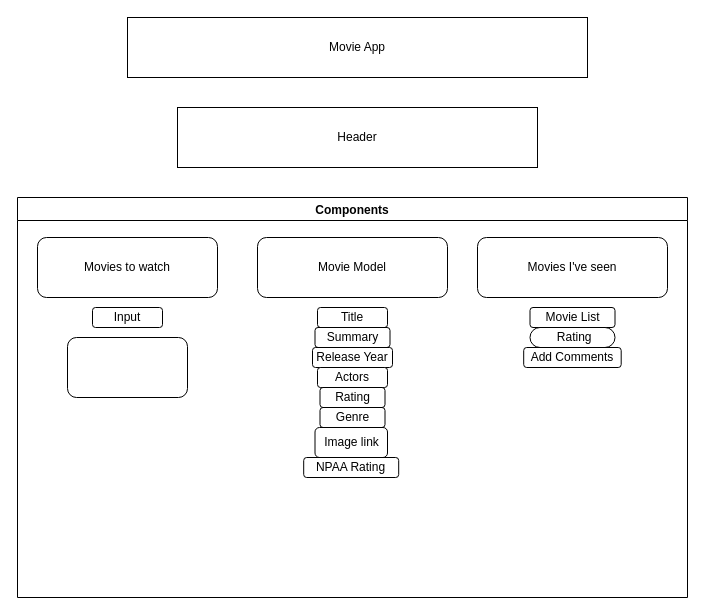
Earlier version of the draw.io diagram Folder/Untitled Diagram.drawio (robertlongmendez/MovieAppDiagram). Source tidied: cells renumbered, new cells numbered last; positions are measured from the earlier drawing's top-left corner, leaving out a move shared by most shapes. Both pictures are drawn from the tidied source at 100%, with x=0, y=0 at pixel (17, 17).
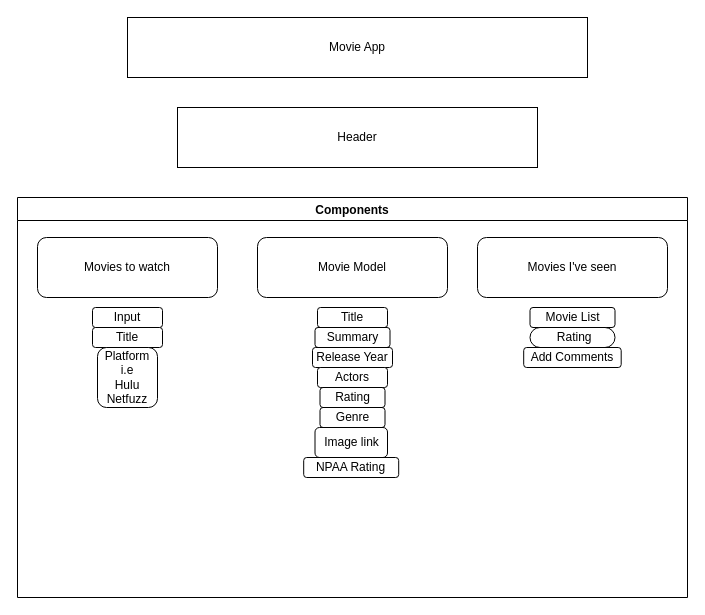
After the change.

The change refers to these unchanged cells:
```xml
<mxCell id="4" value="Components" style="swimlane;" parent="1" vertex="1">
  <mxGeometry y="180" width="670" height="400" as="geometry" />
</mxCell>
```

Change to the diagram source:
```diff
@@
-    <mxCell id="19" style="rounded=1;whiteSpace=wrap;html=1;" parent="4" vertex="1">
-      <mxGeometry x="50" y="140" width="120" height="60" as="geometry" />
+    <mxCell id="19" value="Title" style="rounded=1;whiteSpace=wrap;html=1;" parent="4" vertex="1">
+      <mxGeometry x="75" y="130" width="70" height="20" as="geometry" />
     </mxCell>
@@
+    <mxCell id="21" value="Platform&lt;br&gt;i.e&lt;br&gt;Hulu&lt;br&gt;Netfuzz" style="rounded=1;whiteSpace=wrap;html=1;" parent="4" vertex="1">
+      <mxGeometry x="80" y="150" width="60" height="60" as="geometry" />
+    </mxCell>
```
